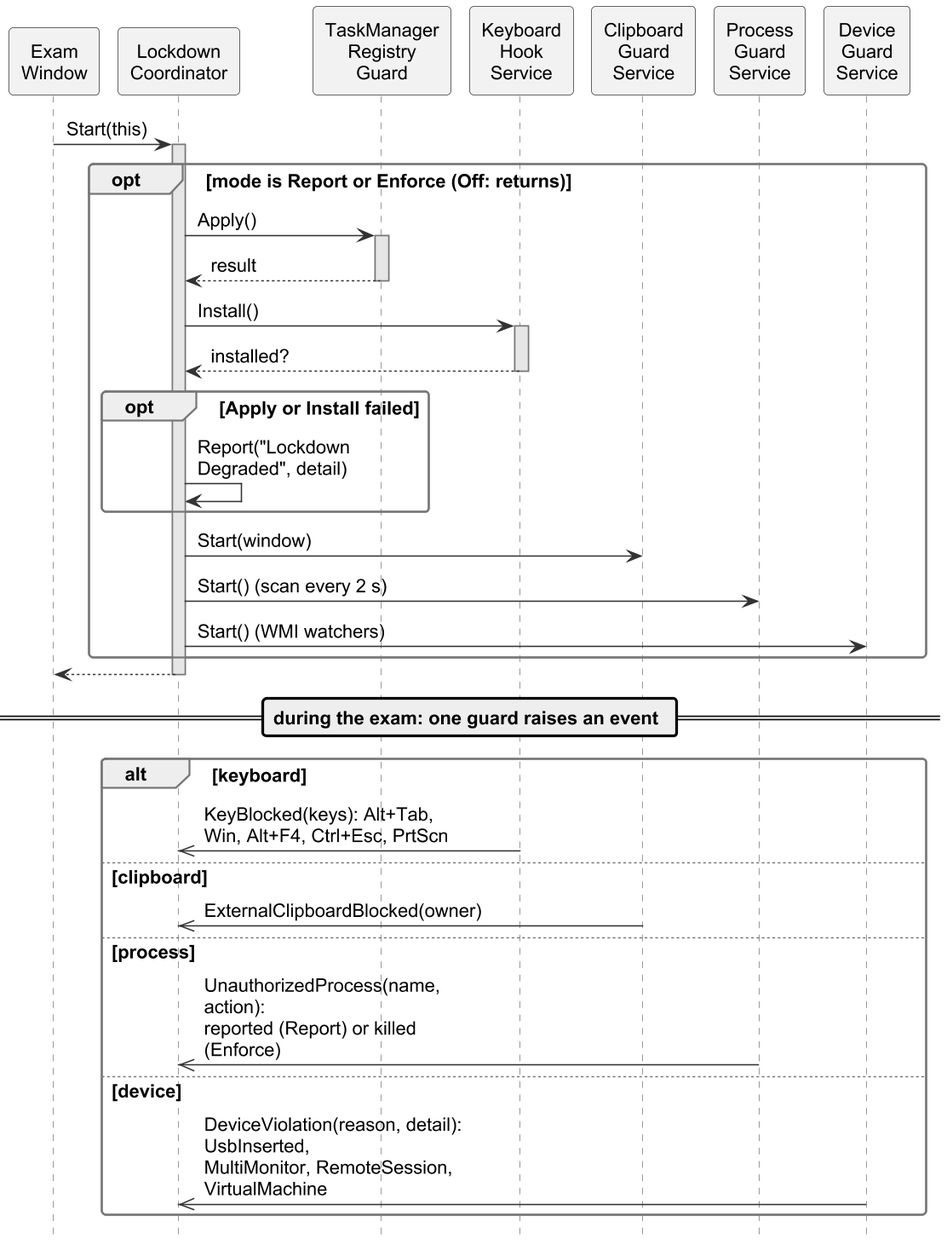
Earlier version of the PlantUML export important docs/fyp_doc_3chatp/Figures/seq_lockdown.png (Haiderali27-hub/AI-Lab-Monitoring-). Its source is kept beside it as important docs/fyp_doc_3chatp/Figures/src/seq_lockdown.puml.
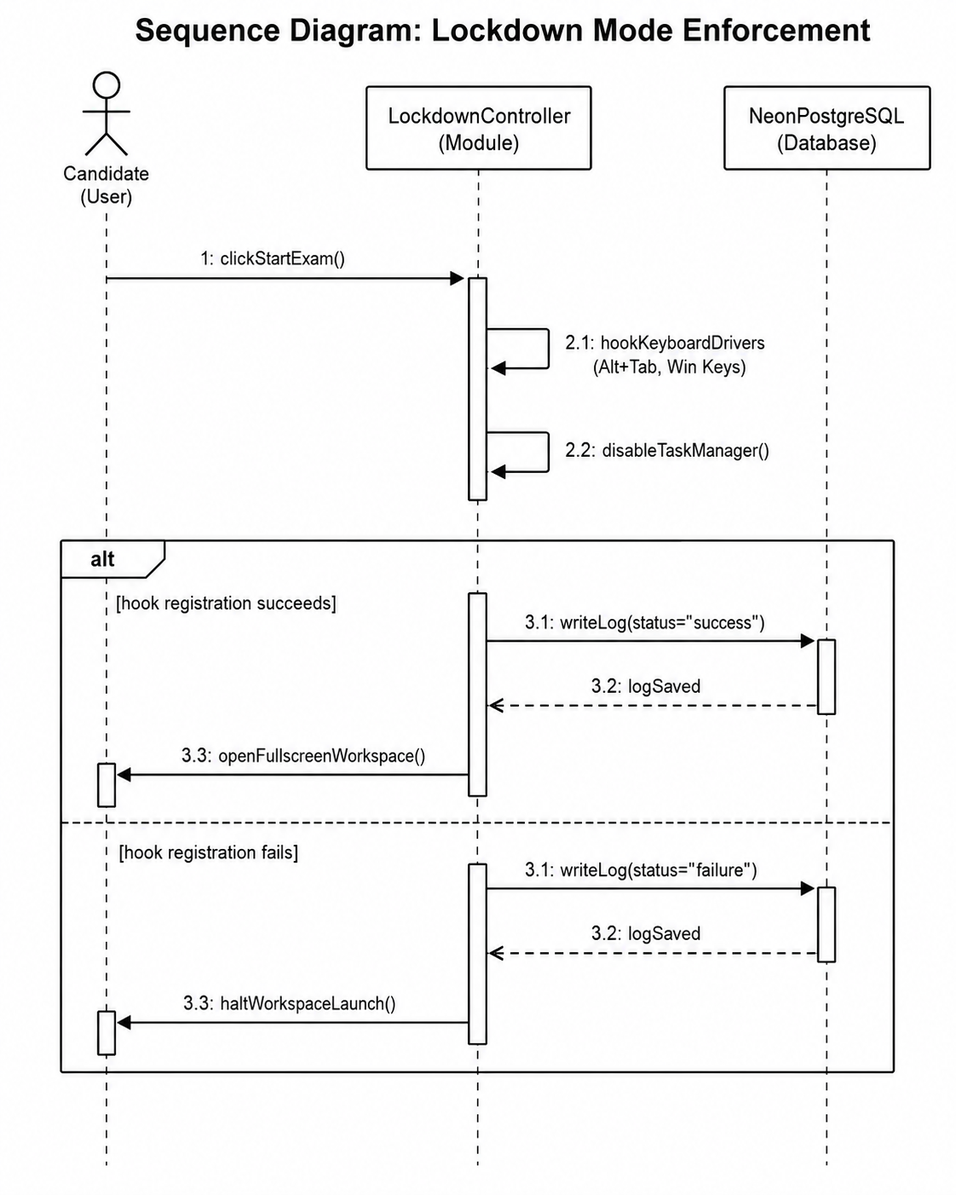
After the commit.

What changed in the source:
```diff
@@ -6,7 +6,6 @@
 hide unlinked
 skinparam ParticipantPadding 2
 skinparam BoxPadding 2
-skinparam maxMessageSize 200
 skinparam sequence {
   MessageAlign left
   LifeLineBackgroundColor #E6E6E6
@@ -14,43 +13,41 @@
 
 participant "Exam\nWindow" as EW
 participant "Lockdown\nCoordinator" as LC
-participant "TaskManager\nRegistry\nGuard" as TM
-participant "Keyboard\nHook\nService" as KB
-participant "Clipboard\nGuard\nService" as CB
-participant "Process\nGuard\nService" as PG
-participant "Device\nGuard\nService" as DG
-participant "Live\nMonitoring\nService" as LMS
-participant "ApiClient" as API
+participant "Task Manager\nGuard" as TM
+participant "Keyboard\nHook" as KB
+participant "Clipboard\nGuard" as CB
+participant "Process\nGuard" as PG
+participant "Device\nGuard" as DG
 
-EW -> LC : Start(this)
+EW -> LC : start
 activate LC
-opt mode is Report or Enforce (Off: returns)
-  LC -> TM : Apply()
+opt mode Report or Enforce
+  LC -> TM : disable\nTask Manager
   activate TM
   TM --> LC : result
   deactivate TM
-  LC -> KB : Install()
+  LC -> KB : install hook
   activate KB
   KB --> LC : installed?
   deactivate KB
-  opt Apply or Install failed
-    LC -> LC : Report("Lockdown\nDegraded", detail)
+  opt either step failed
+    LC -> LC : report\n"LockdownDegraded"
   end
-  LC -> CB : Start(window)
-  LC -> PG : Start() (scan every 2 s)
-  LC -> DG : Start() (WMI watchers)
+  LC -> CB : start
+  LC -> PG : start (scan\nevery 2 s)
+  LC -> DG : start
 end
 LC --> EW
 deactivate LC
 
-== during the exam: one guard raises an event ==
+== during the exam: a guard raises an event ==
 alt keyboard
-  KB ->> LC : KeyBlocked(keys): Alt+Tab,\nWin, Alt+F4, Ctrl+Esc, PrtScn
+  KB ->> LC : key blocked\n(Alt+Tab, Win, ...)
 else clipboard
-  CB ->> LC : ExternalClipboardBlocked(owner)
+  CB ->> LC : outside clipboard\nblocked
 else process
-  PG ->> LC : UnauthorizedProcess(name, action):\nreported (Report) or killed (Enforce)
+  PG ->> LC : unapproved app\n(reported or killed)
 else device
-  DG ->> LC : DeviceViolation(reason, detail): UsbInserted,\nMultiMonitor, RemoteSession, VirtualMachine
+  DG ->> LC : USB, second monitor,\nremote session or VM
 end
 @enduml
```
